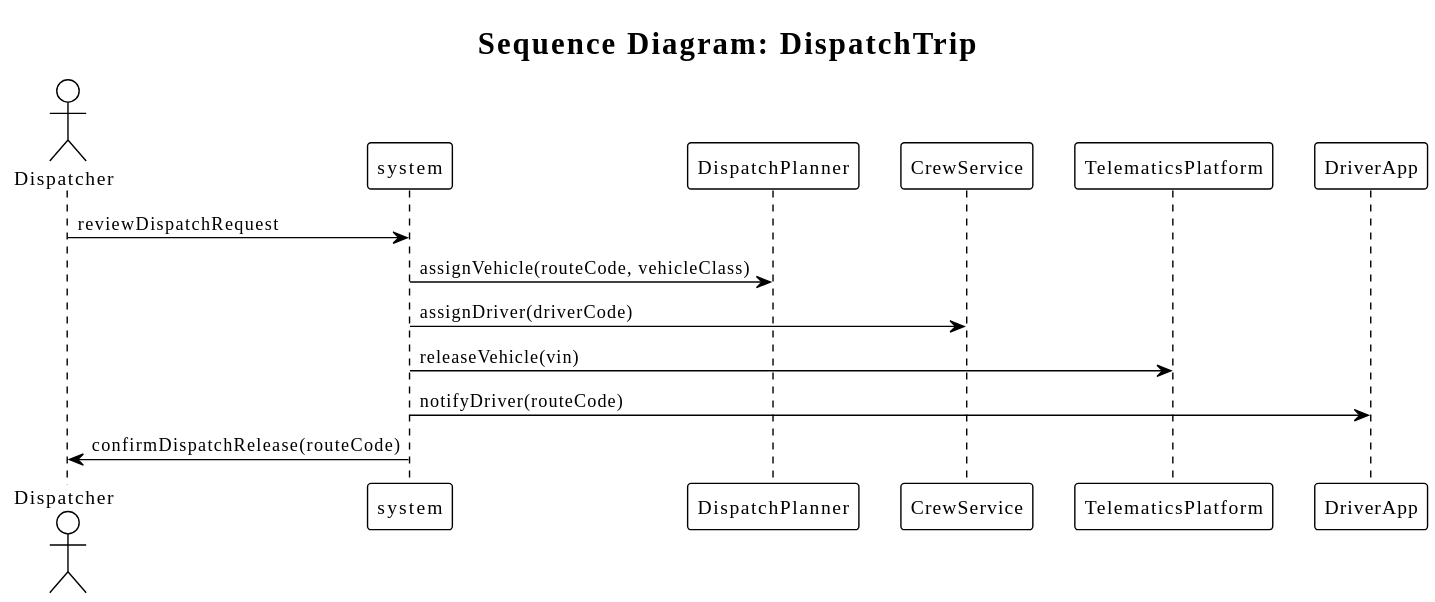
Earlier version of the PlantUML export examples/fleet-operations/generated/sequence/FleetOperations_DispatchTrip.sequence.svg (fredoslav2004/modt-core).
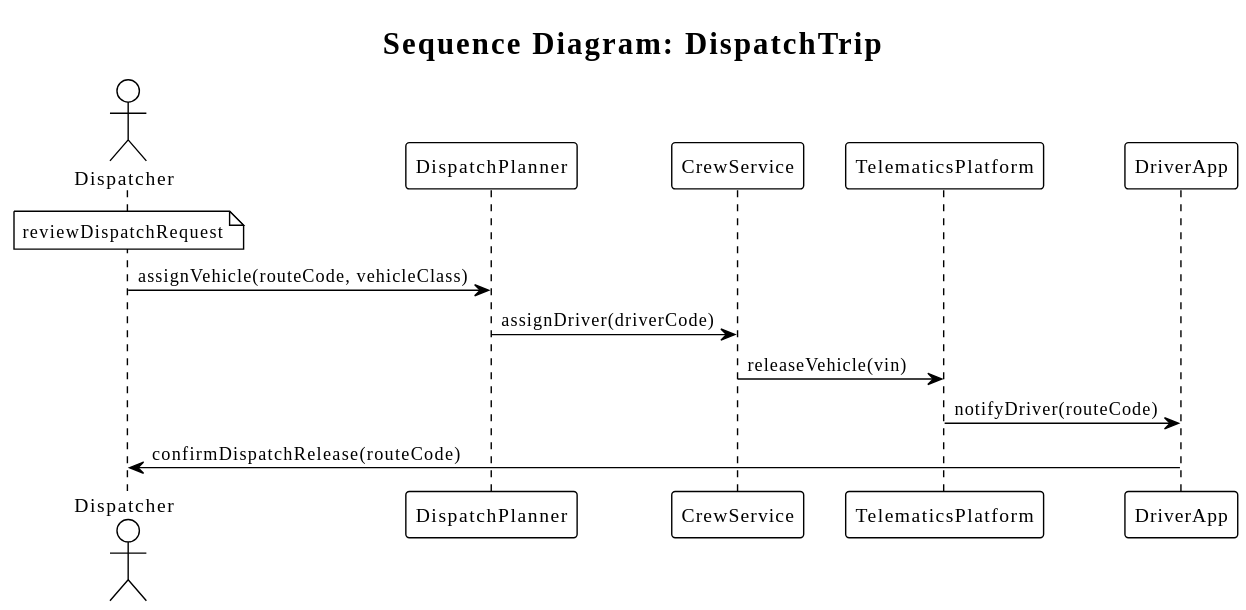
After the commit.

Change to the diagram source:
```diff
@@ -3,16 +3,15 @@
 !theme plain
 skinparam classAttributeIconSize 0
 actor "Dispatcher" as Actor
-participant "system" as System
 participant "DispatchPlanner" as DispatchPlanner
 participant "CrewService" as CrewService
 participant "TelematicsPlatform" as TelematicsPlatform
 participant "DriverApp" as DriverApp
 
-Actor -> System : reviewDispatchRequest
-System -> DispatchPlanner : assignVehicle(routeCode, vehicleClass)
-System -> CrewService : assignDriver(driverCode)
-System -> TelematicsPlatform : releaseVehicle(vin)
-System -> DriverApp : notifyDriver(routeCode)
-System -> Actor : confirmDispatchRelease(routeCode)
+note over Actor : reviewDispatchRequest
+Actor -> DispatchPlanner : assignVehicle(routeCode, vehicleClass)
+DispatchPlanner -> CrewService : assignDriver(driverCode)
+CrewService -> TelematicsPlatform : releaseVehicle(vin)
+TelematicsPlatform -> DriverApp : notifyDriver(routeCode)
+DriverApp -> Actor : confirmDispatchRelease(routeCode)
 @enduml
```
